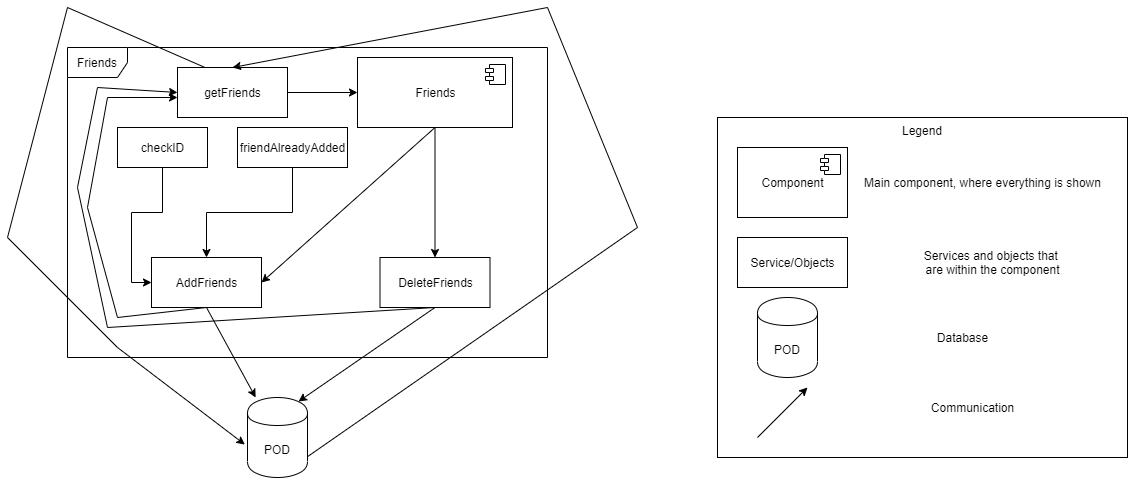
Earlier version of the draw.io export src/docs/images/Level2Friends.png (Arquisoft/viade_es1b). Source tidied: cells renumbered, new cells last; positions are measured from the earlier drawing's top-left corner, leaving out a move shared by most shapes. Its diagram source:
```xml
<mxGraphModel>
  <root>
    <mxCell id="0" />
    <mxCell id="1" parent="0" />
    <mxCell id="2" value="Friends" style="shape=umlFrame;whiteSpace=wrap;html=1;" parent="1" vertex="1">
      <mxGeometry x="60" y="40" width="480" height="310" as="geometry" />
    </mxCell>
    <mxCell id="3" style="edgeStyle=orthogonalEdgeStyle;rounded=0;jettySize=auto;html=1;exitX=0.5;exitY=1;exitDx=0;exitDy=0;entryX=0.5;entryY=0;entryDx=0;entryDy=0;" parent="1" edge="1" source="5" target="12">
      <mxGeometry relative="1" as="geometry" />
    </mxCell>
    <mxCell id="4" style="rounded=0;jettySize=auto;html=1;exitX=0.5;exitY=1;exitDx=0;exitDy=0;entryX=1;entryY=0.5;entryDx=0;entryDy=0;" parent="1" edge="1" source="5" target="9">
      <mxGeometry relative="1" as="geometry" />
    </mxCell>
    <mxCell id="5" value="Friends" style="html=1;" parent="1" vertex="1">
      <mxGeometry x="350" y="50" width="155" height="70" as="geometry" />
    </mxCell>
    <mxCell id="6" style="shape=component;jettyWidth=8;jettyHeight=4;" parent="5" vertex="1">
      <mxGeometry x="1" width="20" height="20" relative="1" as="geometry">
        <mxPoint x="-27" y="7" as="offset" />
      </mxGeometry>
    </mxCell>
    <mxCell id="7" style="edgeStyle=none;rounded=0;jettySize=auto;html=1;exitX=0.5;exitY=1;exitDx=0;exitDy=0;" parent="1" edge="1" source="9">
      <mxGeometry relative="1" as="geometry">
        <mxPoint x="170" y="90" as="targetPoint" />
        <Array as="points">
          <mxPoint x="110" y="310" />
          <mxPoint x="80" y="200" />
          <mxPoint x="100" y="90" />
        </Array>
      </mxGeometry>
    </mxCell>
    <mxCell id="8" style="edgeStyle=none;rounded=0;jettySize=auto;html=1;exitX=0.5;exitY=1;exitDx=0;exitDy=0;" parent="1" edge="1" source="9" target="21">
      <mxGeometry relative="1" as="geometry" />
    </mxCell>
    <mxCell id="9" value="AddFriends" style="html=1;" parent="1" vertex="1">
      <mxGeometry x="144" y="250" width="110" height="50" as="geometry" />
    </mxCell>
    <mxCell id="10" style="edgeStyle=none;rounded=0;jettySize=auto;html=1;exitX=0.5;exitY=1;exitDx=0;exitDy=0;entryX=0;entryY=0.5;entryDx=0;entryDy=0;" parent="1" edge="1" source="12" target="19">
      <mxGeometry relative="1" as="geometry">
        <Array as="points">
          <mxPoint x="100" y="320" />
          <mxPoint x="70" y="180" />
          <mxPoint x="90" y="80" />
        </Array>
      </mxGeometry>
    </mxCell>
    <mxCell id="11" style="edgeStyle=none;rounded=0;jettySize=auto;html=1;exitX=0.5;exitY=1;exitDx=0;exitDy=0;entryX=0.85;entryY=0.05;entryDx=0;entryDy=0;entryPerimeter=0;" parent="1" edge="1" source="12" target="21">
      <mxGeometry relative="1" as="geometry" />
    </mxCell>
    <mxCell id="12" value="DeleteFriends" style="html=1;" parent="1" vertex="1">
      <mxGeometry x="372.5" y="250" width="110" height="50" as="geometry" />
    </mxCell>
    <mxCell id="13" style="edgeStyle=orthogonalEdgeStyle;rounded=0;jettySize=auto;html=1;exitX=0.5;exitY=1;exitDx=0;exitDy=0;entryX=0;entryY=0.5;entryDx=0;entryDy=0;" parent="1" edge="1" source="14" target="9">
      <mxGeometry relative="1" as="geometry" />
    </mxCell>
    <mxCell id="14" value="checkID" style="html=1;" parent="1" vertex="1">
      <mxGeometry x="110" y="120" width="90" height="40" as="geometry" />
    </mxCell>
    <mxCell id="15" style="edgeStyle=orthogonalEdgeStyle;rounded=0;jettySize=auto;html=1;exitX=0.5;exitY=1;exitDx=0;exitDy=0;entryX=0.5;entryY=0;entryDx=0;entryDy=0;" parent="1" edge="1" source="16" target="9">
      <mxGeometry relative="1" as="geometry" />
    </mxCell>
    <mxCell id="16" value="&lt;span style=&quot;font-family: , &amp;#34;consolas&amp;#34; , &amp;#34;liberation mono&amp;#34; , &amp;#34;menlo&amp;#34; , monospace&quot;&gt;friendAlreadyAdded&lt;/span&gt;" style="html=1;" parent="1" vertex="1">
      <mxGeometry x="230" y="120" width="110" height="40" as="geometry" />
    </mxCell>
    <mxCell id="17" style="edgeStyle=none;rounded=0;jettySize=auto;html=1;exitX=1;exitY=0.5;exitDx=0;exitDy=0;" parent="1" edge="1" source="19" target="5">
      <mxGeometry relative="1" as="geometry" />
    </mxCell>
    <mxCell id="18" style="edgeStyle=none;rounded=0;jettySize=auto;html=1;exitX=0.25;exitY=0;exitDx=0;exitDy=0;entryX=-0.044;entryY=0.588;entryDx=0;entryDy=0;entryPerimeter=0;" parent="1" edge="1" source="19" target="21">
      <mxGeometry relative="1" as="geometry">
        <Array as="points">
          <mxPoint x="60" />
          <mxPoint y="230" />
          <mxPoint x="110" y="340" />
        </Array>
      </mxGeometry>
    </mxCell>
    <mxCell id="19" value="getFriends" style="html=1;" parent="1" vertex="1">
      <mxGeometry x="170" y="60" width="110" height="50" as="geometry" />
    </mxCell>
    <mxCell id="20" style="edgeStyle=none;rounded=0;jettySize=auto;html=1;exitX=0.5;exitY=1;exitDx=0;exitDy=0;entryX=0.5;entryY=0;entryDx=0;entryDy=0;" parent="1" edge="1" source="21" target="19">
      <mxGeometry relative="1" as="geometry">
        <Array as="points">
          <mxPoint x="630" y="220" />
          <mxPoint x="540" />
        </Array>
      </mxGeometry>
    </mxCell>
    <mxCell id="21" value="POD" style="shape=cylinder;whiteSpace=wrap;html=1;boundedLbl=1;backgroundOutline=1;" parent="1" vertex="1">
      <mxGeometry x="240" y="390" width="60" height="80" as="geometry" />
    </mxCell>
    <mxCell id="22" value="Legend" style="rounded=0;whiteSpace=wrap;html=1;verticalAlign=top;" parent="1" vertex="1">
      <mxGeometry x="710" y="110" width="410" height="340" as="geometry" />
    </mxCell>
    <mxCell id="23" value="Component" style="html=1;" parent="1" vertex="1">
      <mxGeometry x="730" y="140" width="110" height="70" as="geometry" />
    </mxCell>
    <mxCell id="24" style="shape=component;jettyWidth=8;jettyHeight=4;" parent="23" vertex="1">
      <mxGeometry x="1" width="20" height="20" relative="1" as="geometry">
        <mxPoint x="-27" y="7" as="offset" />
      </mxGeometry>
    </mxCell>
    <mxCell id="25" value="Service/Objects" style="html=1;" parent="1" vertex="1">
      <mxGeometry x="730" y="230" width="110" height="50" as="geometry" />
    </mxCell>
    <mxCell id="26" value="POD" style="shape=cylinder;whiteSpace=wrap;html=1;boundedLbl=1;backgroundOutline=1;" parent="1" vertex="1">
      <mxGeometry x="750" y="290" width="60" height="80" as="geometry" />
    </mxCell>
    <mxCell id="27" style="endArrow=classic;html=1;endFill=1;" parent="1" edge="1">
      <mxGeometry relative="1" as="geometry">
        <mxPoint x="750" y="430" as="sourcePoint" />
        <mxPoint x="800" y="380" as="targetPoint" />
      </mxGeometry>
    </mxCell>
    <mxCell id="28" value="Main component, where everything is shown" style="text;html=1;align=center;verticalAlign=middle;" parent="1" vertex="1">
      <mxGeometry x="850" y="165" width="250" height="20" as="geometry" />
    </mxCell>
    <mxCell id="29" value="Services and objects that &lt;br&gt;are within the component" style="text;html=1;align=center;verticalAlign=middle;" parent="1" vertex="1">
      <mxGeometry x="910" y="240" width="150" height="30" as="geometry" />
    </mxCell>
    <mxCell id="30" value="Database" style="text;html=1;align=center;verticalAlign=middle;" parent="1" vertex="1">
      <mxGeometry x="920" y="320" width="70" height="20" as="geometry" />
    </mxCell>
    <mxCell id="31" value="Communication" style="text;html=1;align=center;verticalAlign=middle;" parent="1" vertex="1">
      <mxGeometry x="915" y="390" width="100" height="20" as="geometry" />
    </mxCell>
  </root>
</mxGraphModel>
```
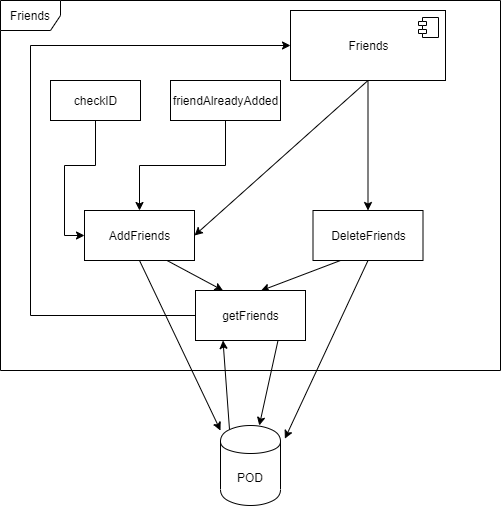
After the change.

The edit, as a diff of the source:
```diff
@@ -3,7 +3,7 @@
     <mxCell id="0" />
     <mxCell id="1" parent="0" />
     <mxCell id="2" value="Friends" style="shape=umlFrame;whiteSpace=wrap;html=1;" parent="1" vertex="1">
-      <mxGeometry x="60" y="40" width="480" height="310" as="geometry" />
+      <mxGeometry x="60" y="40" width="500" height="370" as="geometry" />
     </mxCell>
     <mxCell id="3" style="edgeStyle=orthogonalEdgeStyle;rounded=0;jettySize=auto;html=1;exitX=0.5;exitY=1;exitDx=0;exitDy=0;entryX=0.5;entryY=0;entryDx=0;entryDy=0;" parent="1" edge="1" source="5" target="12">
       <mxGeometry relative="1" as="geometry" />
@@ -19,34 +19,21 @@
         <mxPoint x="-27" y="7" as="offset" />
       </mxGeometry>
     </mxCell>
-    <mxCell id="7" style="edgeStyle=none;rounded=0;jettySize=auto;html=1;exitX=0.5;exitY=1;exitDx=0;exitDy=0;" parent="1" edge="1" source="9">
-      <mxGeometry relative="1" as="geometry">
-        <mxPoint x="170" y="90" as="targetPoint" />
-        <Array as="points">
-          <mxPoint x="110" y="310" />
-          <mxPoint x="80" y="200" />
-          <mxPoint x="100" y="90" />
-        </Array>
-      </mxGeometry>
-    </mxCell>
-    <mxCell id="8" style="edgeStyle=none;rounded=0;jettySize=auto;html=1;exitX=0.5;exitY=1;exitDx=0;exitDy=0;" parent="1" edge="1" source="9" target="21">
+    <mxCell id="8" style="edgeStyle=none;rounded=0;jettySize=auto;html=1;exitX=0.5;exitY=1;exitDx=0;exitDy=0;entryX=0;entryY=0.063;entryDx=0;entryDy=0;entryPerimeter=0;" parent="1" edge="1" source="9" target="21">
       <mxGeometry relative="1" as="geometry" />
     </mxCell>
+    <mxCell id="32" style="rounded=0;jettySize=auto;html=1;exitX=0.75;exitY=1;exitDx=0;exitDy=0;entryX=0.25;entryY=0;entryDx=0;entryDy=0;" parent="1" edge="1" source="9" target="19">
+      <mxGeometry relative="1" as="geometry" />
+    </mxCell>
     <mxCell id="9" value="AddFriends" style="html=1;" parent="1" vertex="1">
       <mxGeometry x="144" y="250" width="110" height="50" as="geometry" />
     </mxCell>
+    <mxCell id="11" style="edgeStyle=none;rounded=0;jettySize=auto;html=1;exitX=0.5;exitY=1;exitDx=0;exitDy=0;entryX=1.073;entryY=0.165;entryDx=0;entryDy=0;entryPerimeter=0;" parent="1" edge="1" source="12" target="21">
+      <mxGeometry relative="1" as="geometry" />
+    </mxCell>
-    <mxCell id="10" style="edgeStyle=none;rounded=0;jettySize=auto;html=1;exitX=0.5;exitY=1;exitDx=0;exitDy=0;entryX=0;entryY=0.5;entryDx=0;entryDy=0;" parent="1" edge="1" source="12" target="19">
-      <mxGeometry relative="1" as="geometry">
-        <Array as="points">
-          <mxPoint x="100" y="320" />
-          <mxPoint x="70" y="180" />
-          <mxPoint x="90" y="80" />
-        </Array>
-      </mxGeometry>
+    <mxCell id="10" style="edgeStyle=none;rounded=0;jettySize=auto;html=1;exitX=0.25;exitY=1;exitDx=0;exitDy=0;entryX=0.595;entryY=0.004;entryDx=0;entryDy=0;entryPerimeter=0;" parent="1" edge="1" source="12" target="19">
+      <mxGeometry relative="1" as="geometry" />
     </mxCell>
-    <mxCell id="11" style="edgeStyle=none;rounded=0;jettySize=auto;html=1;exitX=0.5;exitY=1;exitDx=0;exitDy=0;entryX=0.85;entryY=0.05;entryDx=0;entryDy=0;entryPerimeter=0;" parent="1" edge="1" source="12" target="21">
-      <mxGeometry relative="1" as="geometry" />
-    </mxCell>
     <mxCell id="12" value="DeleteFriends" style="html=1;" parent="1" vertex="1">
       <mxGeometry x="372.5" y="250" width="110" height="50" as="geometry" />
     </mxCell>
@@ -62,66 +49,25 @@
     <mxCell id="16" value="&lt;span style=&quot;font-family: , &amp;#34;consolas&amp;#34; , &amp;#34;liberation mono&amp;#34; , &amp;#34;menlo&amp;#34; , monospace&quot;&gt;friendAlreadyAdded&lt;/span&gt;" style="html=1;" parent="1" vertex="1">
       <mxGeometry x="230" y="120" width="110" height="40" as="geometry" />
     </mxCell>
-    <mxCell id="17" style="edgeStyle=none;rounded=0;jettySize=auto;html=1;exitX=1;exitY=0.5;exitDx=0;exitDy=0;" parent="1" edge="1" source="19" target="5">
-      <mxGeometry relative="1" as="geometry" />
+    <mxCell id="17" style="edgeStyle=orthogonalEdgeStyle;rounded=0;jettySize=auto;html=1;entryX=0;entryY=0.5;entryDx=0;entryDy=0;" parent="1" edge="1" source="19" target="5">
+      <mxGeometry relative="1" as="geometry">
+        <Array as="points">
+          <mxPoint x="90" y="355" />
+          <mxPoint x="90" y="85" />
+        </Array>
+      </mxGeometry>
     </mxCell>
-    <mxCell id="18" style="edgeStyle=none;rounded=0;jettySize=auto;html=1;exitX=0.25;exitY=0;exitDx=0;exitDy=0;entryX=-0.044;entryY=0.588;entryDx=0;entryDy=0;entryPerimeter=0;" parent="1" edge="1" source="19" target="21">
-      <mxGeometry relative="1" as="geometry">
-        <Array as="points">
-          <mxPoint x="60" />
-          <mxPoint y="230" />
-          <mxPoint x="110" y="340" />
-        </Array>
-      </mxGeometry>
+    <mxCell id="18" style="edgeStyle=none;rounded=0;jettySize=auto;html=1;exitX=0.75;exitY=1;exitDx=0;exitDy=0;" parent="1" edge="1" source="19" target="21">
+      <mxGeometry relative="1" as="geometry" />
     </mxCell>
     <mxCell id="19" value="getFriends" style="html=1;" parent="1" vertex="1">
-      <mxGeometry x="170" y="60" width="110" height="50" as="geometry" />
+      <mxGeometry x="255" y="330" width="110" height="50" as="geometry" />
     </mxCell>
-    <mxCell id="20" style="edgeStyle=none;rounded=0;jettySize=auto;html=1;exitX=0.5;exitY=1;exitDx=0;exitDy=0;entryX=0.5;entryY=0;entryDx=0;entryDy=0;" parent="1" edge="1" source="21" target="19">
-      <mxGeometry relative="1" as="geometry">
-        <Array as="points">
-          <mxPoint x="630" y="220" />
-          <mxPoint x="540" />
-        </Array>
-      </mxGeometry>
+    <mxCell id="20" style="edgeStyle=none;rounded=0;jettySize=auto;html=1;exitX=0.15;exitY=0.05;exitDx=0;exitDy=0;exitPerimeter=0;entryX=0.25;entryY=1;entryDx=0;entryDy=0;" parent="1" edge="1" source="21" target="19">
+      <mxGeometry relative="1" as="geometry" />
     </mxCell>
     <mxCell id="21" value="POD" style="shape=cylinder;whiteSpace=wrap;html=1;boundedLbl=1;backgroundOutline=1;" parent="1" vertex="1">
-      <mxGeometry x="240" y="390" width="60" height="80" as="geometry" />
+      <mxGeometry x="280" y="465" width="60" height="80" as="geometry" />
     </mxCell>
-    <mxCell id="22" value="Legend" style="rounded=0;whiteSpace=wrap;html=1;verticalAlign=top;" parent="1" vertex="1">
-      <mxGeometry x="710" y="110" width="410" height="340" as="geometry" />
-    </mxCell>
-    <mxCell id="23" value="Component" style="html=1;" parent="1" vertex="1">
-      <mxGeometry x="730" y="140" width="110" height="70" as="geometry" />
-    </mxCell>
-    <mxCell id="24" style="shape=component;jettyWidth=8;jettyHeight=4;" parent="23" vertex="1">
-      <mxGeometry x="1" width="20" height="20" relative="1" as="geometry">
-        <mxPoint x="-27" y="7" as="offset" />
-      </mxGeometry>
-    </mxCell>
-    <mxCell id="25" value="Service/Objects" style="html=1;" parent="1" vertex="1">
-      <mxGeometry x="730" y="230" width="110" height="50" as="geometry" />
-    </mxCell>
-    <mxCell id="26" value="POD" style="shape=cylinder;whiteSpace=wrap;html=1;boundedLbl=1;backgroundOutline=1;" parent="1" vertex="1">
-      <mxGeometry x="750" y="290" width="60" height="80" as="geometry" />
-    </mxCell>
-    <mxCell id="27" style="endArrow=classic;html=1;endFill=1;" parent="1" edge="1">
-      <mxGeometry relative="1" as="geometry">
-        <mxPoint x="750" y="430" as="sourcePoint" />
-        <mxPoint x="800" y="380" as="targetPoint" />
-      </mxGeometry>
-    </mxCell>
-    <mxCell id="28" value="Main component, where everything is shown" style="text;html=1;align=center;verticalAlign=middle;" parent="1" vertex="1">
-      <mxGeometry x="850" y="165" width="250" height="20" as="geometry" />
-    </mxCell>
-    <mxCell id="29" value="Services and objects that &lt;br&gt;are within the component" style="text;html=1;align=center;verticalAlign=middle;" parent="1" vertex="1">
-      <mxGeometry x="910" y="240" width="150" height="30" as="geometry" />
-    </mxCell>
-    <mxCell id="30" value="Database" style="text;html=1;align=center;verticalAlign=middle;" parent="1" vertex="1">
-      <mxGeometry x="920" y="320" width="70" height="20" as="geometry" />
-    </mxCell>
-    <mxCell id="31" value="Communication" style="text;html=1;align=center;verticalAlign=middle;" parent="1" vertex="1">
-      <mxGeometry x="915" y="390" width="100" height="20" as="geometry" />
-    </mxCell>
   </root>
 </mxGraphModel>
```
